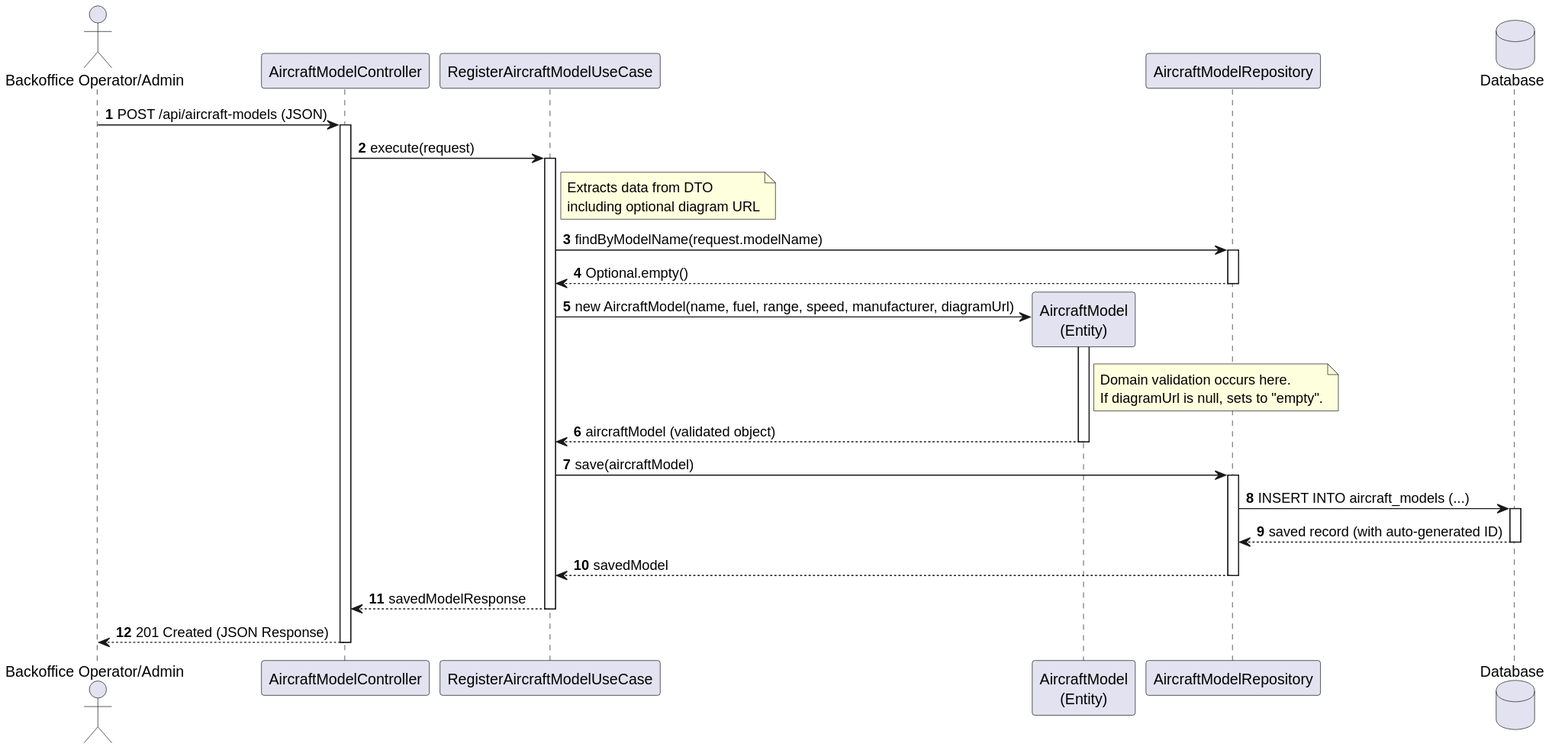
The PlantUML diagram docs/use-cases/WP#B/WP#1B/US202/svg/SD/sd_us202.svg in Martim690/PSOFT_2db_1240690_1241484_1230985_1240568, before a commit. The source it was exported from:
```plantuml
@startuml
autonumber
actor "Backoffice Operator/Admin" as BO
participant "AircraftModelController" as Ctrl
participant "RegisterAircraftModelUseCase" as UC
participant "AircraftModel\n(Entity)" as Entity
participant "AircraftModelRepository" as Repo
database "Database" as DB

BO -> Ctrl : POST /api/aircraft-models (JSON)
activate Ctrl

Ctrl -> UC : execute(request)
activate UC

note right of UC: Extracts data from DTO\nincluding optional diagram URL

UC -> Repo : findByModelName(request.modelName)
activate Repo
Repo --> UC : Optional.empty()
deactivate Repo

UC -> Entity ** : new AircraftModel(name, fuel, range, speed, manufacturer, diagramUrl)
activate Entity

note right of Entity: Domain validation occurs here.\nIf diagramUrl is null, sets to "empty".

Entity --> UC : aircraftModel (validated object)
deactivate Entity

UC -> Repo : save(aircraftModel)
activate Repo

Repo -> DB : INSERT INTO aircraft_models (...)
activate DB
DB --> Repo : saved record (with auto-generated ID)
deactivate DB

Repo --> UC : savedModel
deactivate Repo

UC --> Ctrl : savedModelResponse
deactivate UC

Ctrl --> BO : 201 Created (JSON Response)
deactivate Ctrl
@enduml
```
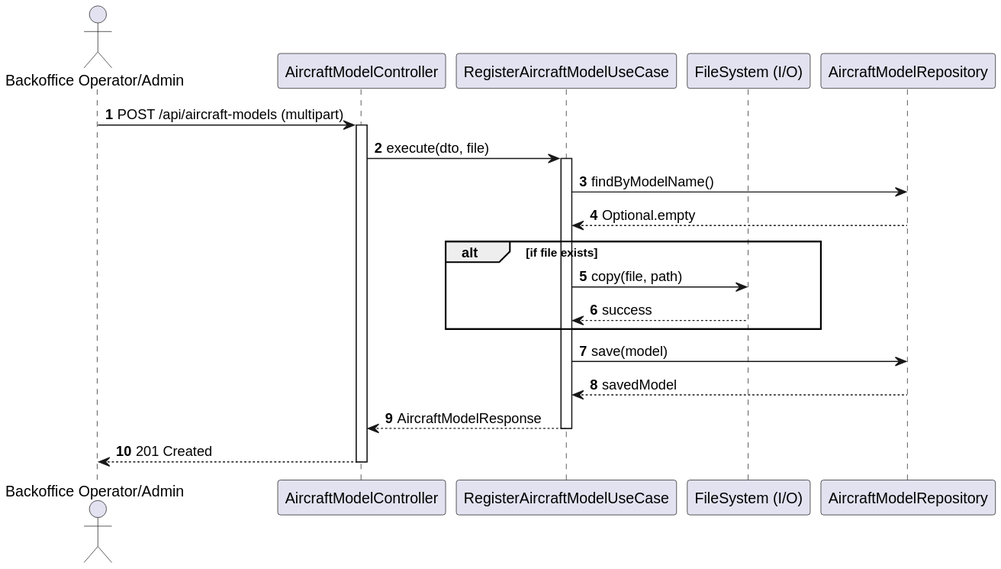
The same diagram one commit later.

Diff of the diagram source:
```diff
@@ -1,47 +1,31 @@
 @startuml
 autonumber
-actor "Backoffice Operator/Admin" as BO
-participant "AircraftModelController" as Ctrl
-participant "RegisterAircraftModelUseCase" as UC
-participant "AircraftModel\n(Entity)" as Entity
+actor "Backoffice Operator/Admin" as Operator
+participant "AircraftModelController" as Controller
+participant "RegisterAircraftModelUseCase" as UseCase
+participant "FileSystem (I/O)" as Disk
 participant "AircraftModelRepository" as Repo
-database "Database" as DB
 
-BO -> Ctrl : POST /api/aircraft-models (JSON)
-activate Ctrl
+Operator -> Controller: POST /api/aircraft-models (multipart)
+activate Controller
 
-Ctrl -> UC : execute(request)
-activate UC
+Controller -> UseCase: execute(dto, file)
+activate UseCase
 
-note right of UC: Extracts data from DTO\nincluding optional diagram URL
+UseCase -> Repo: findByModelName()
+Repo --> UseCase: Optional.empty
 
-UC -> Repo : findByModelName(request.modelName)
-activate Repo
-Repo --> UC : Optional.empty()
-deactivate Repo
+alt if file exists
+    UseCase -> Disk: copy(file, path)
+    Disk --> UseCase: success
+end
 
-UC -> Entity ** : new AircraftModel(name, fuel, range, speed, manufacturer, diagramUrl)
-activate Entity
+UseCase -> Repo: save(model)
+Repo --> UseCase: savedModel
 
-note right of Entity: Domain validation occurs here.\nIf diagramUrl is null, sets to "empty".
+UseCase --> Controller: AircraftModelResponse
+deactivate UseCase
 
-Entity --> UC : aircraftModel (validated object)
-deactivate Entity
-
-UC -> Repo : save(aircraftModel)
-activate Repo
-
-Repo -> DB : INSERT INTO aircraft_models (...)
-activate DB
-DB --> Repo : saved record (with auto-generated ID)
-deactivate DB
-
-Repo --> UC : savedModel
-deactivate Repo
-
-UC --> Ctrl : savedModelResponse
-deactivate UC
-
-Ctrl --> BO : 201 Created (JSON Response)
-deactivate Ctrl
+Controller --> Operator: 201 Created
+deactivate Controller
 @enduml
```
